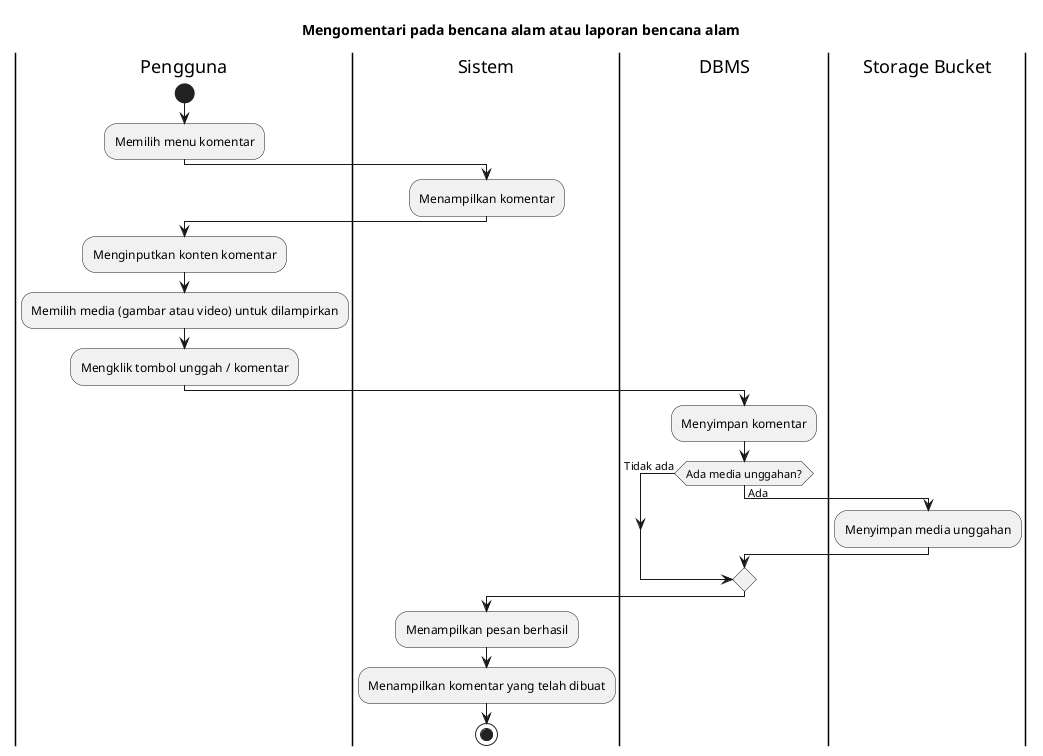
Earlier version of the PlantUML export export/Activity Diagrams/UC-MAP - Peta Bencana/UC-MAP-012 - Mengomentari pada bencana alam atau laporan bencana alam.png (bagusNA/appl-diagrams). The source it was exported from:
```plantuml
@startuml
title Mengomentari pada bencana alam atau laporan bencana alam

|Pengguna|
start
:Memilih menu komentar;

|Sistem|
:Menampilkan komentar;

|Pengguna|
:Menginputkan konten komentar;
:Memilih media (gambar atau video) untuk dilampirkan;
:Mengklik tombol unggah / komentar;

|DBMS|
:Menyimpan komentar;

if (Ada media unggahan?) then (Tidak ada)
else (Ada)
|Storage Bucket|
:Menyimpan media unggahan;
endif

|Sistem|
:Menampilkan pesan berhasil;
:Menampilkan komentar yang telah dibuat;

stop
@enduml
```
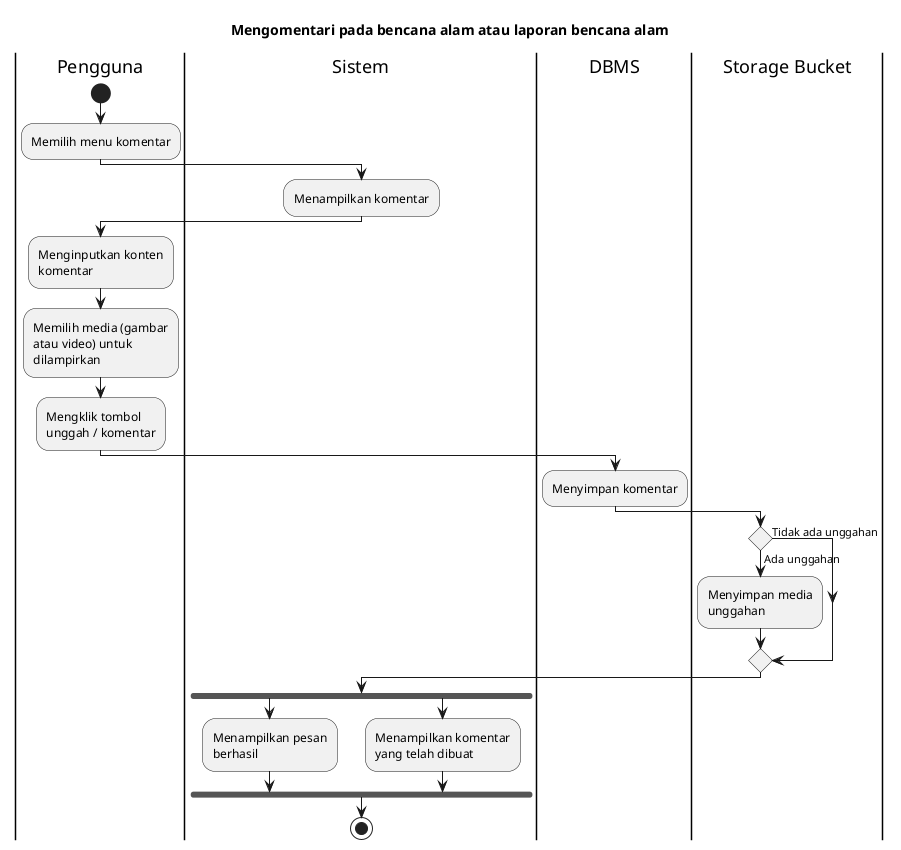
The same file after the commit.

Diff of the diagram source:
```diff
@@ -1,4 +1,6 @@
 @startuml
+skinparam wrapWidth 140
+
 title Mengomentari pada bencana alam atau laporan bencana alam
 
 |Pengguna|
@@ -16,15 +18,18 @@
 |DBMS|
 :Menyimpan komentar;
 
-if (Ada media unggahan?) then (Tidak ada)
-else (Ada)
 |Storage Bucket|
+if () then (Tidak ada unggahan)
+else (Ada unggahan)
 :Menyimpan media unggahan;
 endif
 
 |Sistem|
-:Menampilkan pesan berhasil;
-:Menampilkan komentar yang telah dibuat;
+fork
+  :Menampilkan pesan berhasil;
+fork again
+  :Menampilkan komentar yang telah dibuat;
+endfork
 
 stop
 @enduml
```
